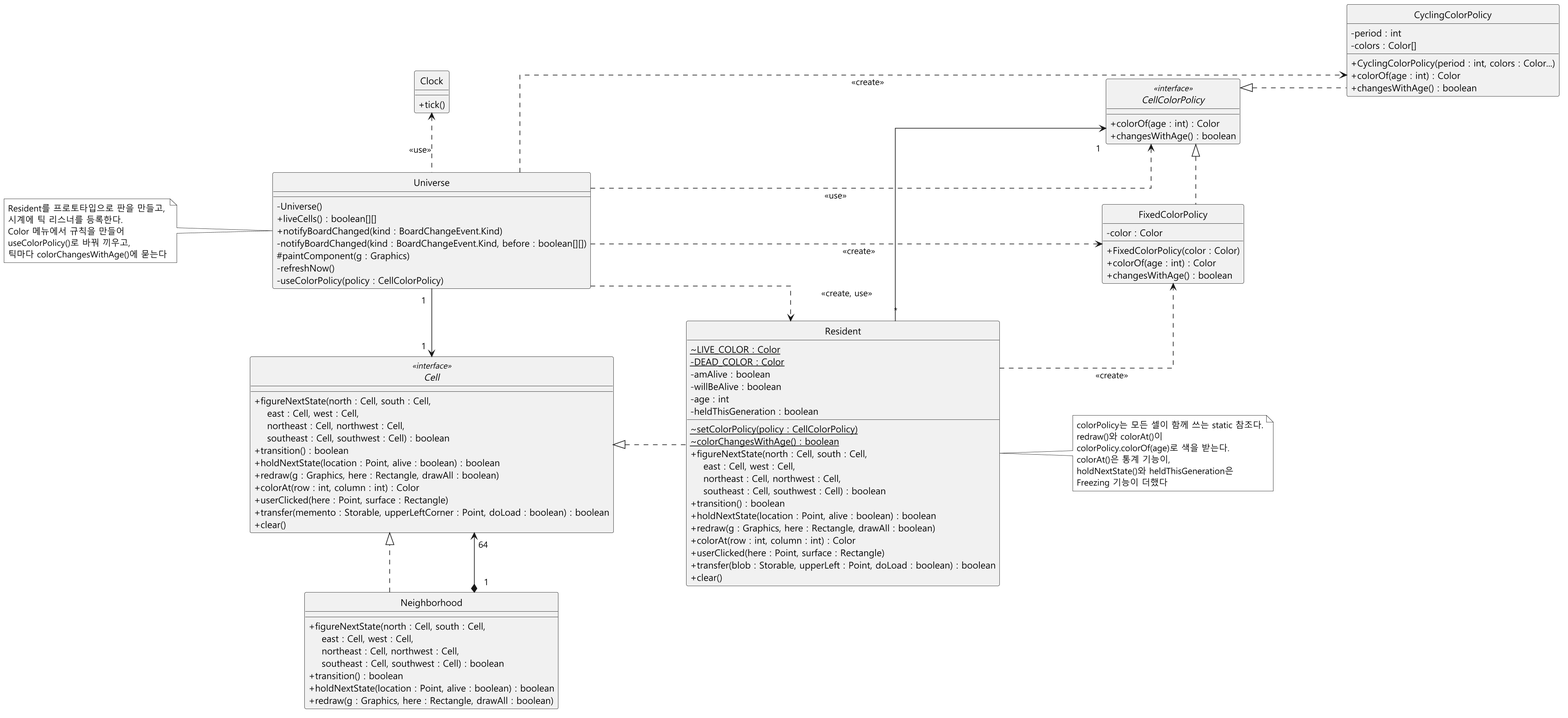
mckimR1972/DP_team_project keeps this PlantUML diagram as docs/color-gen/diagrams/class-after.png. Above is the earlier version.
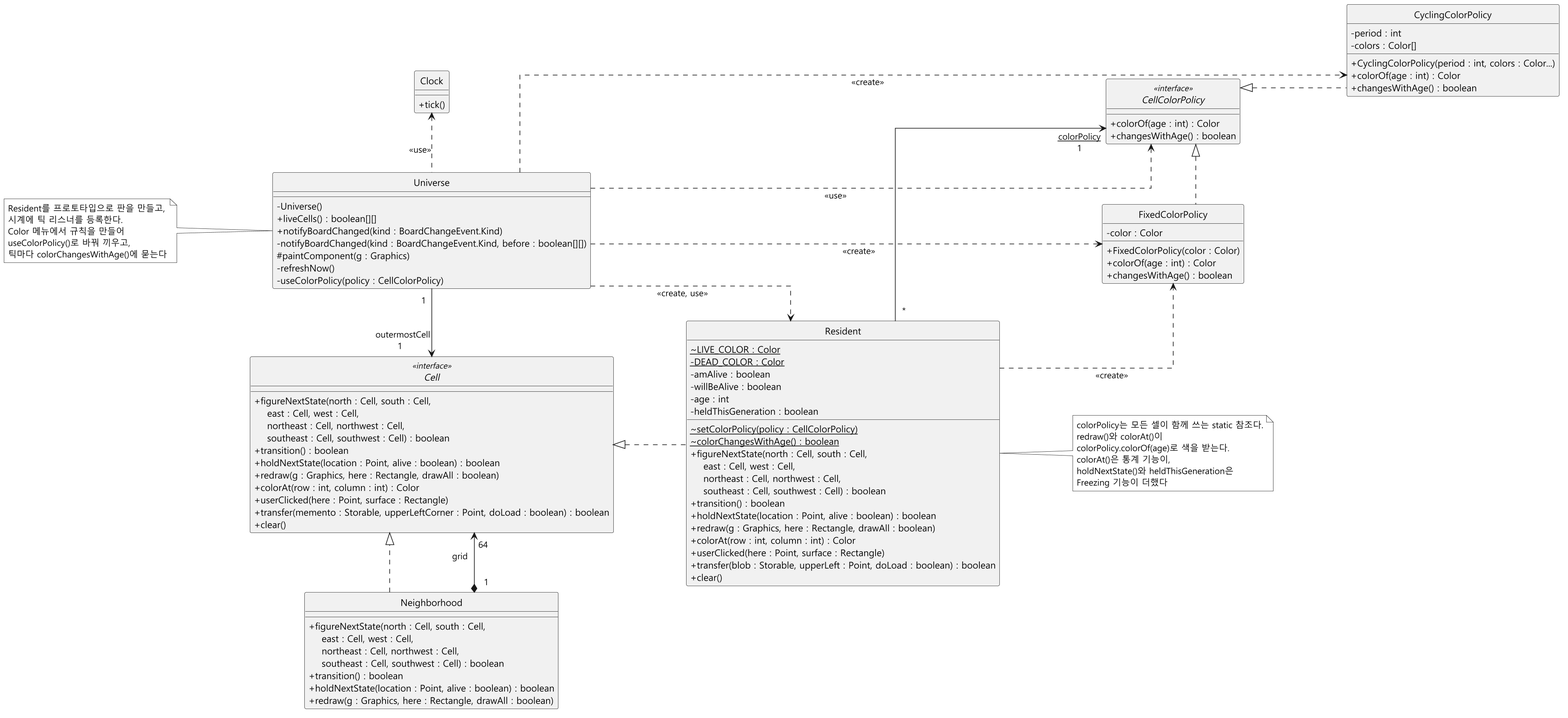
Above is the later version.

Commit message:
docs: 색 순환 클래스 다이어그램의 연관 끝에 역할 이름을 적고 라벨 위치를 다듬으며 명세서 설명을 맞춤

Change to the diagram source:
```diff
@@ -83,13 +83,13 @@
 
 Cell <|.left. Neighborhood
 Cell <|.. Resident
-Neighborhood "<U+2003><U+2003><U+2003><U+2003>1" *-left-> "<U+2003><U+2003><U+2003><U+2003>64" Cell
-Universe "1<U+2003>" -right-> "1<U+2003>" Cell
+Neighborhood "<U+2003><U+2003><U+2003><U+2003>1" *-left-> "<U+2003><U+2003><U+2003><U+2003>64\ngrid" Cell
+Universe "1<U+2003>" -right-> "outermostCell\n1<U+2003>" Cell
 Universe .left.> Clock : <<use>>
-Universe ..> Resident : <U+2003><U+2003><U+2003><U+2003><U+2003><U+2003><U+2003><U+2003><U+2003><U+2003><U+2003><U+2003><U+2003><<create, use>>
+Universe ..> Resident : <<create, use>>
 CellColorPolicy <|.right. FixedColorPolicy
 CellColorPolicy <|.. CyclingColorPolicy
-Resident "*" --> "\n1" CellColorPolicy
+Resident "<U+2003><U+2003><U+2003>*" --> "<u>colorPolicy</u>\n1" CellColorPolicy
 Universe ..> FixedColorPolicy : <U+2003><U+2003><U+2003><U+2003><U+2003><U+2003><U+2003><U+2003><U+2003><U+2003><<create>>
 Universe ..> CyclingColorPolicy : <<create>>
 Resident ..> FixedColorPolicy : <<create>>
```
